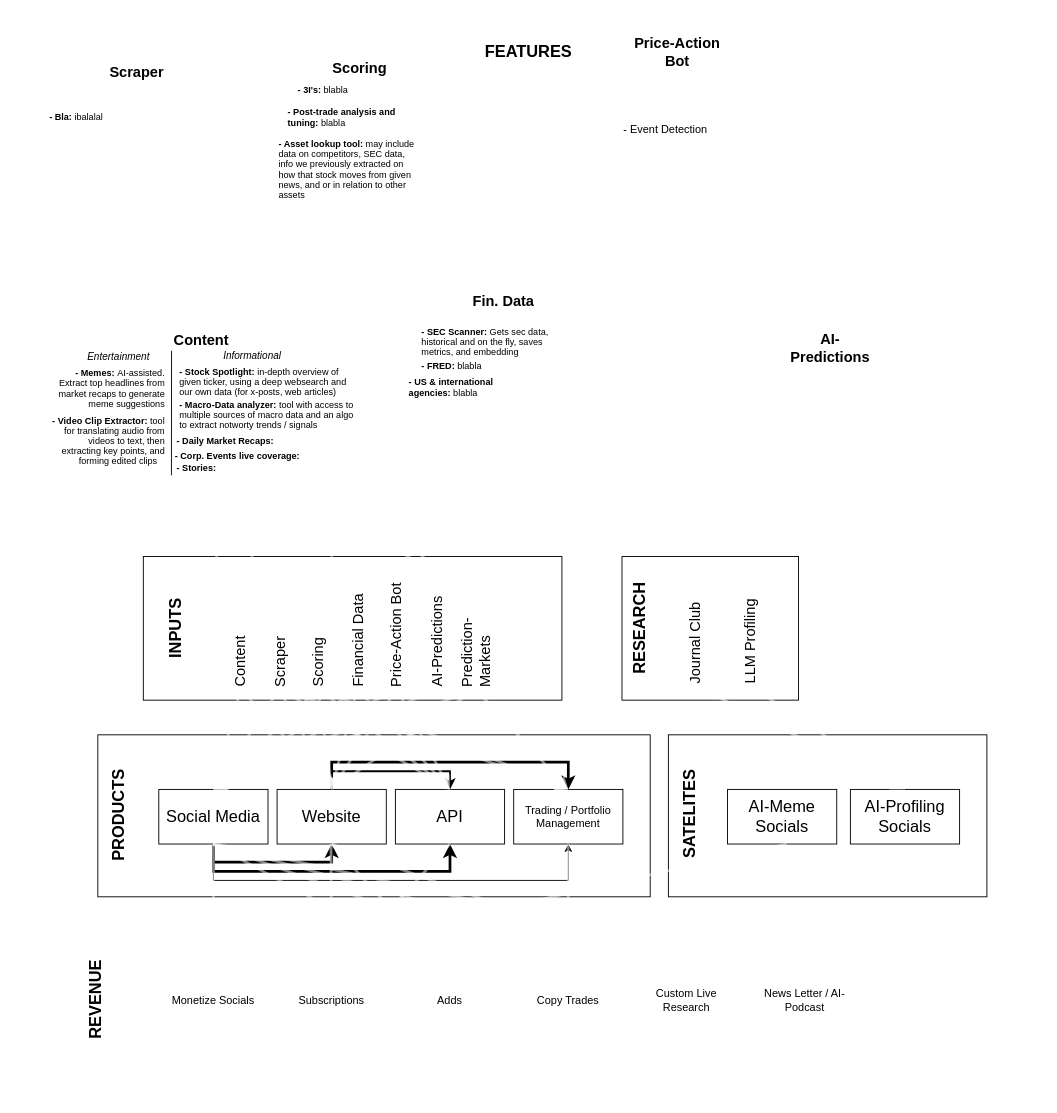
Earlier version of the draw.io diagram Untitled Diagram.drawio (WillsHarris/Polaron_Claude_2024_contest). Source tidied: cells renumbered, new cells numbered last; positions are measured from the earlier drawing's top-left corner, leaving out a move shared by most shapes. Both pictures are drawn from the tidied source at 91%, with x=0, y=0 at pixel (15, 15).
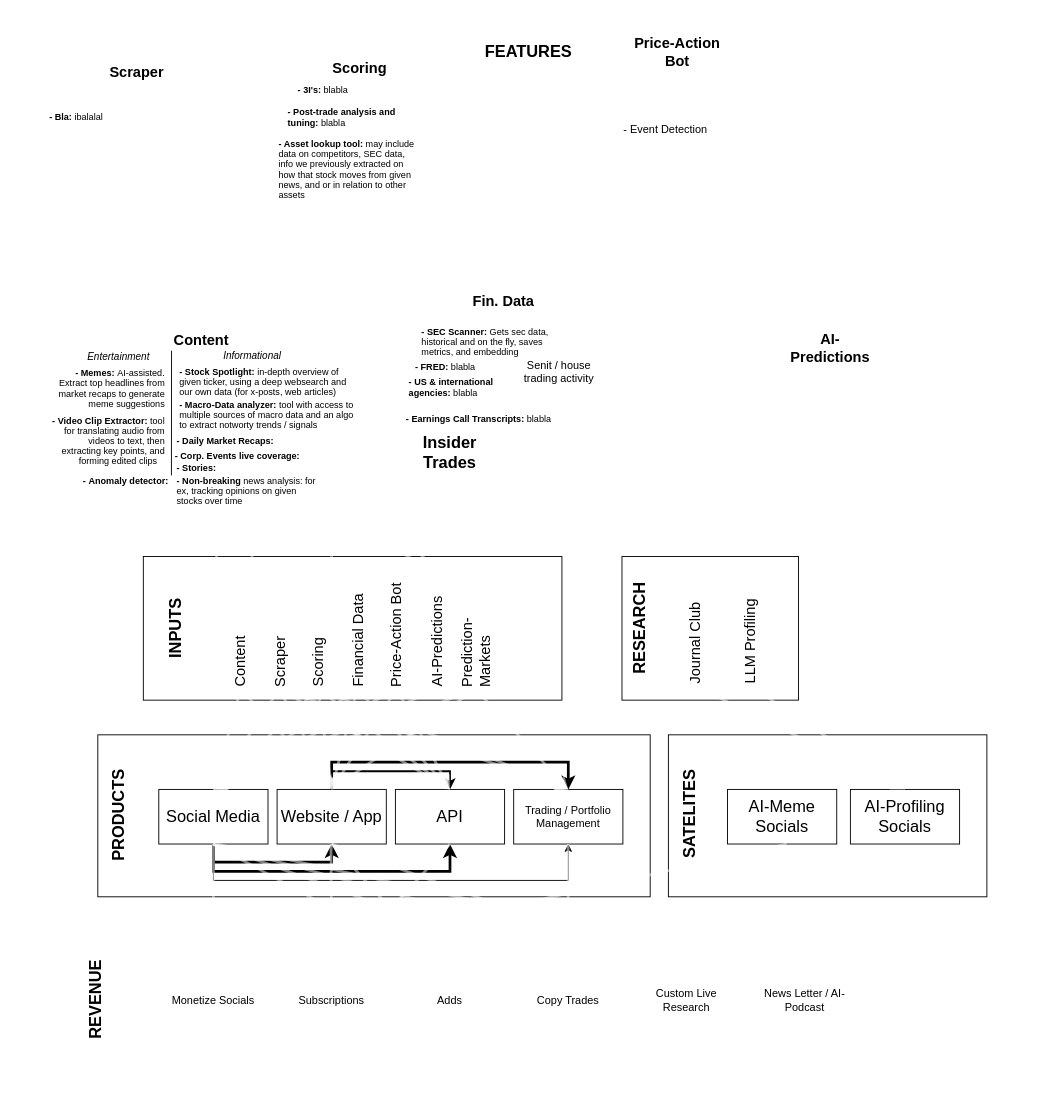
After the change.

What changed in the source:
```diff
@@
-    <mxCell id="12" value="&lt;font style=&quot;font-size: 18px; color: light-dark(rgb(0, 0, 0), rgb(0, 0, 0));&quot;&gt;Website&lt;/font&gt;" style="rounded=0;whiteSpace=wrap;html=1;strokeColor=light-dark(#000000,transparent);fillColor=light-dark(#FFFFFF,#999999);" parent="1" vertex="1">
+    <mxCell id="12" value="&lt;font style=&quot;font-size: 18px; color: light-dark(rgb(0, 0, 0), rgb(0, 0, 0));&quot;&gt;Website / App&lt;/font&gt;" style="rounded=0;whiteSpace=wrap;html=1;strokeColor=light-dark(#000000,transparent);fillColor=light-dark(#FFFFFF,#999999);" parent="1" vertex="1">
       <mxGeometry x="287" y="850" width="120" height="60" as="geometry" />
     </mxCell>
@@
     <mxCell id="100" value="&lt;div style=&quot;line-height: 70%;&quot; align=&quot;left&quot;&gt;&lt;div&gt;&lt;font style=&quot;font-size: 10px; color: light-dark(rgb(0, 0, 0), rgb(0, 0, 0)); line-height: 70%;&quot;&gt;&lt;b&gt;- FRED:&lt;/b&gt;&amp;nbsp;blabla&lt;/font&gt;&lt;/div&gt;&lt;/div&gt;" style="text;html=1;whiteSpace=wrap;strokeColor=none;fillColor=none;align=left;verticalAlign=middle;rounded=0;rotation=0;strokeWidth=1;fontSize=16;" parent="1" vertex="1">
-      <mxGeometry x="444" y="365" width="156" height="33" as="geometry" />
+      <mxGeometry x="437" y="367" width="156" height="33" as="geometry" />
     </mxCell>
@@
+    <mxCell id="114" value="&lt;div style=&quot;line-height: 70%;&quot;&gt;&lt;div align=&quot;left&quot;&gt;&lt;font style=&quot;font-size: 10px; color: light-dark(rgb(0, 0, 0), rgb(0, 0, 0)); line-height: 70%;&quot;&gt;&lt;b&gt;- Non-breaking &lt;/b&gt;news analysis&lt;font&gt;: for ex, tracking opinions on given stocks over time&lt;b&gt;&amp;nbsp;&amp;nbsp;&lt;/b&gt;&lt;/font&gt;&lt;/font&gt;&lt;/div&gt;&lt;/div&gt;" style="text;html=1;whiteSpace=wrap;strokeColor=none;fillColor=none;align=left;verticalAlign=middle;rounded=0;rotation=0;strokeWidth=1;fontSize=16;" parent="1" vertex="1">
+      <mxGeometry x="175" y="502.8" width="158" height="35.2" as="geometry" />
+    </mxCell>
+    <mxCell id="115" value="&lt;div style=&quot;line-height: 70%;&quot; align=&quot;left&quot;&gt;&lt;div&gt;&lt;font style=&quot;font-size: 10px; color: light-dark(rgb(0, 0, 0), rgb(0, 0, 0)); line-height: 70%;&quot;&gt;&lt;b&gt;- &lt;/b&gt;&lt;/font&gt;&lt;b&gt;&lt;font style=&quot;font-size: 10px; color: light-dark(rgb(0, 0, 0), rgb(0, 0, 0)); line-height: 70%;&quot;&gt;Earnings Call Transcripts&lt;/font&gt;&lt;/b&gt;&lt;font style=&quot;font-size: 10px; color: light-dark(rgb(0, 0, 0), rgb(0, 0, 0)); line-height: 70%;&quot;&gt;&lt;b&gt;:&lt;/b&gt;&amp;nbsp;blabla&amp;nbsp;&lt;/font&gt;&lt;/div&gt;&lt;/div&gt;" style="text;html=1;whiteSpace=wrap;strokeColor=none;fillColor=none;align=left;verticalAlign=middle;rounded=0;rotation=0;strokeWidth=1;fontSize=16;" parent="1" vertex="1">
+      <mxGeometry x="427.2" y="424.5" width="172.8" height="33" as="geometry" />
+    </mxCell>
+    <mxCell id="116" value="&lt;h2 class=&quot;text_h2__9Rct5  widgets_udocHeadingWrapper__aW6__ widgets_udocHeadingOneWrapper__DkM2V widgets_udocHeadingOne__xZnht&quot;&gt;Insider Trades&lt;/h2&gt;" style="text;html=1;whiteSpace=wrap;strokeColor=none;fillColor=none;align=center;verticalAlign=middle;rounded=0;" parent="1" vertex="1">
+      <mxGeometry x="447" y="465.4" width="60" height="30" as="geometry" />
+    </mxCell>
+    <mxCell id="117" value="Senit / house trading activity" style="text;html=1;whiteSpace=wrap;strokeColor=none;fillColor=none;align=center;verticalAlign=middle;rounded=0;" parent="1" vertex="1">
+      <mxGeometry x="541.5" y="375.9" width="110" height="30" as="geometry" />
+    </mxCell>
+    <mxCell id="118" value="&lt;div style=&quot;line-height: 70%;&quot;&gt;&lt;div align=&quot;left&quot;&gt;&lt;font style=&quot;font-size: 10px; color: light-dark(rgb(0, 0, 0), rgb(0, 0, 0)); line-height: 70%;&quot;&gt;&lt;b&gt;-&lt;/b&gt;&lt;font&gt;&lt;b&gt;&amp;nbsp;Anomaly detector:&amp;nbsp;&lt;/b&gt;&lt;/font&gt;&lt;/font&gt;&lt;/div&gt;&lt;/div&gt;" style="text;html=1;whiteSpace=wrap;strokeColor=none;fillColor=none;align=left;verticalAlign=middle;rounded=0;rotation=0;strokeWidth=1;fontSize=16;" parent="1" vertex="1">
+      <mxGeometry x="71.9" y="495.4" width="200" height="28.1" as="geometry" />
+    </mxCell>
```
